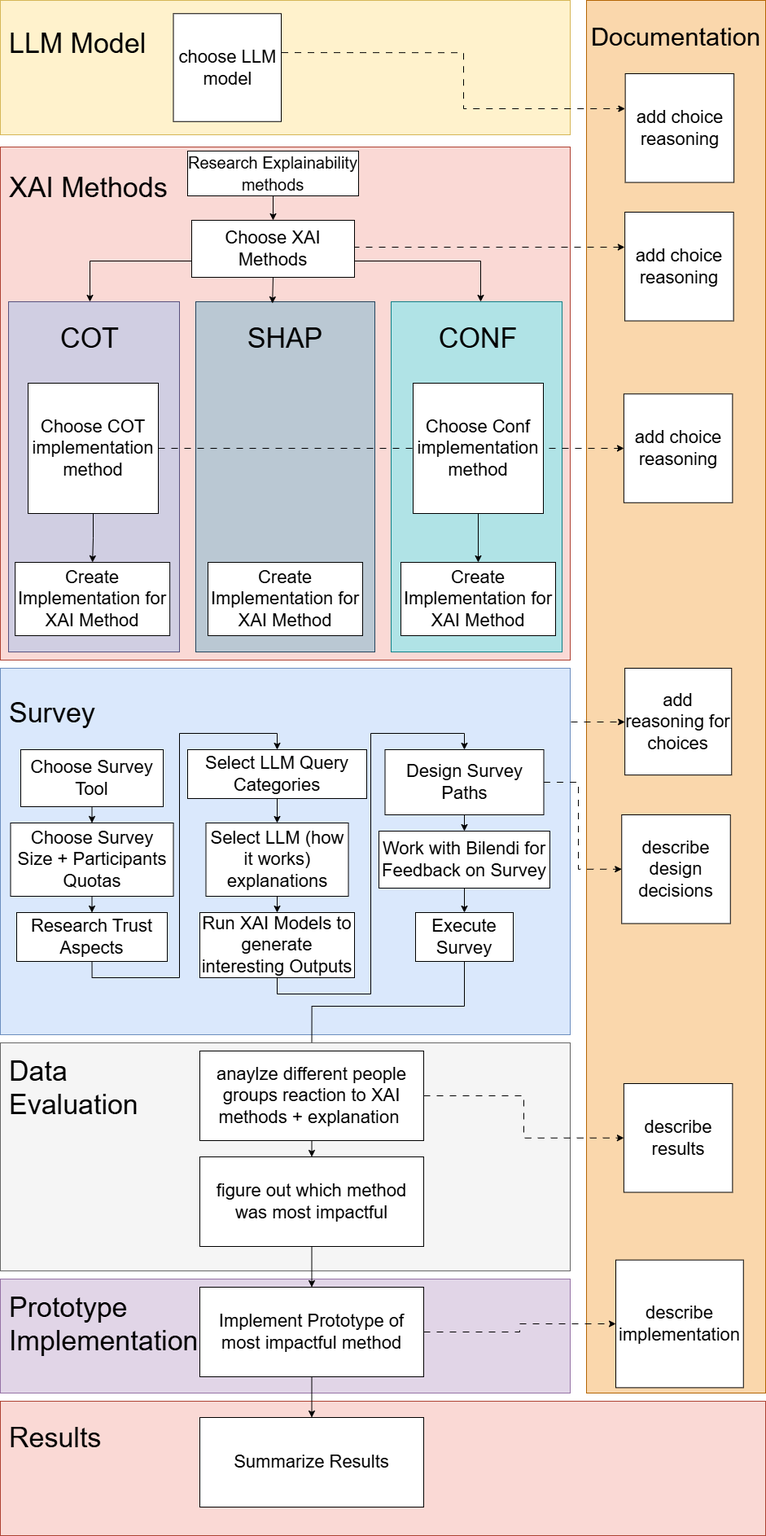
Before: diagrams/BA_methods.drawio.png, a diagram exported from draw.io (rieselin/BA_XAI_for_LLMs). Source tidied: cells renumbered, new cells last; positions are measured from the earlier drawing's top-left corner, leaving out a move shared by most shapes.
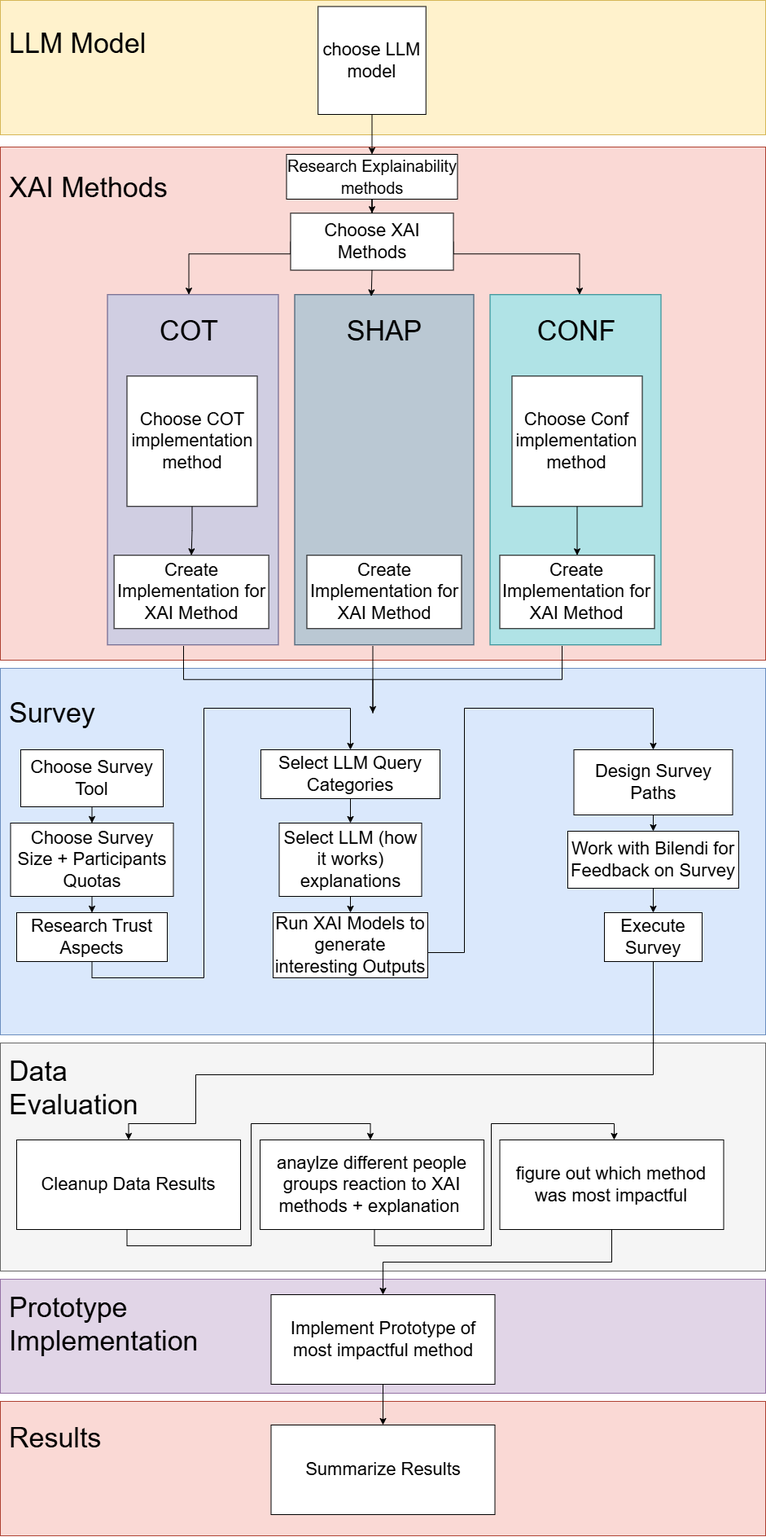
The same file after the commit.

Diff of the diagram source:
```diff
@@ -5,3 +5,3 @@
     <mxCell id="2" style="rounded=0;whiteSpace=wrap;html=1;fillColor=#fad9d5;strokeColor=#ae4132;" parent="1" vertex="1">
-      <mxGeometry y="180" width="700" height="630" as="geometry" />
+      <mxGeometry y="180" width="940" height="630" as="geometry" />
     </mxCell>
@@ -11,20 +11,10 @@
     <mxCell id="4" style="rounded=0;whiteSpace=wrap;html=1;fillColor=#bac8d3;strokeColor=#23445d;" parent="1" vertex="1">
-      <mxGeometry x="240" y="370" width="220" height="430" as="geometry" />
+      <mxGeometry x="361.5" y="361.2" width="220" height="430" as="geometry" />
     </mxCell>
     <mxCell id="5" style="rounded=0;whiteSpace=wrap;html=1;fillColor=#b0e3e6;strokeColor=#0e8088;" parent="1" vertex="1">
-      <mxGeometry x="480" y="370" width="210" height="430" as="geometry" />
+      <mxGeometry x="601.5" y="361.2" width="210" height="430" as="geometry" />
     </mxCell>
-    <mxCell id="6" style="rounded=0;whiteSpace=wrap;html=1;fillColor=#fad7ac;strokeColor=#b46504;" parent="1" vertex="1">
-      <mxGeometry x="720" width="220" height="1710" as="geometry" />
-    </mxCell>
     <mxCell id="7" style="rounded=0;whiteSpace=wrap;html=1;fillColor=#d0cee2;strokeColor=#56517e;" parent="1" vertex="1">
-      <mxGeometry x="10" y="370" width="210" height="430" as="geometry" />
+      <mxGeometry x="131.5" y="361.2" width="210" height="430" as="geometry" />
     </mxCell>
-    <mxCell id="8" style="edgeStyle=orthogonalEdgeStyle;rounded=0;jettySize=auto;html=1;exitX=1;exitY=0.5;exitDx=0;exitDy=0;entryX=0;entryY=0.5;entryDx=0;entryDy=0;dashed=1;dashPattern=8 8;" parent="1" edge="1" source="10" target="11">
-      <mxGeometry relative="1" as="geometry">
-        <Array as="points">
-          <mxPoint x="766" y="550" />
-        </Array>
-      </mxGeometry>
-    </mxCell>
     <mxCell id="9" style="edgeStyle=orthogonalEdgeStyle;rounded=0;jettySize=auto;html=1;exitX=0.5;exitY=1;exitDx=0;exitDy=0;entryX=0.5;entryY=0;entryDx=0;entryDy=0;" parent="1" edge="1" source="10" target="35">
@@ -33,18 +23,12 @@
     <mxCell id="10" value="Choose COT implementation method" style="whiteSpace=wrap;html=1;fontSize=22;" parent="1" vertex="1">
-      <mxGeometry x="34" y="470" width="160" height="160" as="geometry" />
+      <mxGeometry x="155.5" y="461.2" width="160" height="160" as="geometry" />
     </mxCell>
-    <mxCell id="11" value="add choice reasoning" style="whiteSpace=wrap;html=1;fontSize=22;" parent="1" vertex="1">
-      <mxGeometry x="765.9" y="483.2" width="133.5" height="133.5" as="geometry" />
-    </mxCell>
-    <mxCell id="12" value="&lt;font style=&quot;font-size: 31px;&quot;&gt;Documentation&lt;/font&gt;" style="text;html=1;whiteSpace=wrap;strokeColor=none;fillColor=none;align=center;verticalAlign=middle;rounded=0;" parent="1" vertex="1">
-      <mxGeometry x="720" width="220" height="90" as="geometry" />
-    </mxCell>
     <mxCell id="13" value="&lt;span style=&quot;font-size: 34px;&quot;&gt;CONF&lt;/span&gt;" style="text;html=1;whiteSpace=wrap;strokeColor=none;fillColor=none;align=center;verticalAlign=middle;rounded=0;" parent="1" vertex="1">
-      <mxGeometry x="477" y="370" width="220" height="90" as="geometry" />
+      <mxGeometry x="598.5" y="361.2" width="220" height="90" as="geometry" />
     </mxCell>
     <mxCell id="14" value="&lt;font style=&quot;font-size: 34px;&quot;&gt;SHAP&lt;/font&gt;" style="text;html=1;whiteSpace=wrap;strokeColor=none;fillColor=none;align=center;verticalAlign=middle;rounded=0;" parent="1" vertex="1">
-      <mxGeometry x="240" y="370" width="220" height="90" as="geometry" />
+      <mxGeometry x="361.5" y="361.2" width="220" height="90" as="geometry" />
     </mxCell>
     <mxCell id="15" value="&lt;span style=&quot;font-size: 34px;&quot;&gt;COT&lt;/span&gt;" style="text;html=1;whiteSpace=wrap;strokeColor=none;fillColor=none;align=center;verticalAlign=middle;rounded=0;" parent="1" vertex="1">
-      <mxGeometry y="370" width="220" height="90" as="geometry" />
+      <mxGeometry x="121.5" y="361.2" width="220" height="90" as="geometry" />
     </mxCell>
@@ -53,12 +37,2 @@
     </mxCell>
-    <mxCell id="17" style="edgeStyle=orthogonalEdgeStyle;rounded=0;jettySize=auto;html=1;exitX=1;exitY=0.5;exitDx=0;exitDy=0;entryX=-0.002;entryY=0.322;entryDx=0;entryDy=0;dashed=1;dashPattern=8 8;entryPerimeter=0;" parent="1" edge="1" source="29" target="18">
-      <mxGeometry relative="1" as="geometry">
-        <Array as="points">
-          <mxPoint x="435" y="303" />
-        </Array>
-      </mxGeometry>
-    </mxCell>
-    <mxCell id="18" value="add choice reasoning" style="whiteSpace=wrap;html=1;fontSize=22;" parent="1" vertex="1">
-      <mxGeometry x="767.1" y="260" width="133.5" height="133.5" as="geometry" />
-    </mxCell>
     <mxCell id="19" value="&lt;span style=&quot;font-size: 34px;&quot;&gt;Results&lt;/span&gt;" style="text;html=1;whiteSpace=wrap;strokeColor=none;fillColor=none;align=left;verticalAlign=middle;rounded=0;" parent="1" vertex="1">
@@ -67,3 +41,3 @@
     <mxCell id="20" style="rounded=0;whiteSpace=wrap;html=1;fillColor=#fff2cc;strokeColor=#d6b656;" parent="1" vertex="1">
-      <mxGeometry width="700" height="165" as="geometry" />
+      <mxGeometry width="940" height="165" as="geometry" />
     </mxCell>
@@ -72,16 +46,8 @@
     </mxCell>
+    <mxCell id="75" style="edgeStyle=orthogonalEdgeStyle;rounded=0;jettySize=auto;html=1;exitX=0.5;exitY=1;exitDx=0;exitDy=0;entryX=0.5;entryY=0;entryDx=0;entryDy=0;" parent="1" edge="1" source="22" target="26">
+      <mxGeometry relative="1" as="geometry" />
+    </mxCell>
     <mxCell id="22" value="choose LLM model" style="whiteSpace=wrap;html=1;fontSize=22;imageAspect=0;" parent="1" vertex="1">
-      <mxGeometry x="212.5" y="16.2" width="132.5" height="132.5" as="geometry" />
+      <mxGeometry x="390.2" y="7.5" width="132.5" height="132.5" as="geometry" />
     </mxCell>
-    <mxCell id="23" style="edgeStyle=orthogonalEdgeStyle;rounded=0;jettySize=auto;html=1;exitX=1.004;exitY=0.361;exitDx=0;exitDy=0;entryX=-0.002;entryY=0.322;entryDx=0;entryDy=0;dashed=1;dashPattern=8 8;entryPerimeter=0;exitPerimeter=0;" parent="1" edge="1" source="22" target="24">
-      <mxGeometry relative="1" as="geometry">
-        <Array as="points">
-          <mxPoint x="569" y="64" />
-          <mxPoint x="569" y="133" />
-        </Array>
-      </mxGeometry>
-    </mxCell>
-    <mxCell id="24" value="add choice reasoning" style="whiteSpace=wrap;html=1;fontSize=22;" parent="1" vertex="1">
-      <mxGeometry x="767.6" y="90" width="133.5" height="133.5" as="geometry" />
-    </mxCell>
     <mxCell id="25" style="edgeStyle=orthogonalEdgeStyle;rounded=0;jettySize=auto;html=1;" parent="1" edge="1" source="26" target="29">
@@ -90,3 +56,3 @@
     <mxCell id="26" value="&lt;font style=&quot;font-size: 20px;&quot;&gt;Research Explainability methods&lt;/font&gt;" style="rounded=0;whiteSpace=wrap;html=1;fontSize=22;" parent="1" vertex="1">
-      <mxGeometry x="230" y="185" width="210" height="55" as="geometry" />
+      <mxGeometry x="351.5" y="189" width="210" height="55" as="geometry" />
     </mxCell>
@@ -95,4 +61,4 @@
         <Array as="points">
-          <mxPoint x="235" y="320" />
-          <mxPoint x="110" y="320" />
+          <mxPoint x="356.5" y="311.2" />
+          <mxPoint x="231.5" y="311.2" />
         </Array>
@@ -103,4 +69,4 @@
         <Array as="points">
-          <mxPoint x="435" y="320" />
-          <mxPoint x="590" y="320" />
+          <mxPoint x="556.5" y="311.2" />
+          <mxPoint x="711.5" y="311.2" />
         </Array>
@@ -109,3 +75,3 @@
     <mxCell id="29" value="Choose XAI Methods" style="rounded=0;whiteSpace=wrap;html=1;fontSize=22;" parent="1" vertex="1">
-      <mxGeometry x="235" y="270" width="200" height="70" as="geometry" />
+      <mxGeometry x="356.5" y="261.2" width="200" height="70" as="geometry" />
     </mxCell>
@@ -115,3 +81,3 @@
     <mxCell id="31" value="Choose Conf implementation method" style="whiteSpace=wrap;html=1;fontSize=22;" parent="1" vertex="1">
-      <mxGeometry x="507" y="470" width="160" height="160" as="geometry" />
+      <mxGeometry x="628.5" y="461.2" width="160" height="160" as="geometry" />
     </mxCell>
@@ -121,19 +87,12 @@
     <mxCell id="33" value="&lt;font style=&quot;font-size: 22px;&quot;&gt;Create Implementation for XAI Method&lt;/font&gt;" style="rounded=0;whiteSpace=wrap;html=1;" parent="1" vertex="1">
-      <mxGeometry x="255" y="690" width="190" height="90" as="geometry" />
+      <mxGeometry x="376.5" y="681.2" width="190" height="90" as="geometry" />
     </mxCell>
     <mxCell id="34" value="&lt;font style=&quot;font-size: 22px;&quot;&gt;Create Implementation for XAI Method&lt;/font&gt;" style="rounded=0;whiteSpace=wrap;html=1;" parent="1" vertex="1">
-      <mxGeometry x="492" y="690" width="190" height="90" as="geometry" />
+      <mxGeometry x="613.5" y="681.2" width="190" height="90" as="geometry" />
     </mxCell>
     <mxCell id="35" value="&lt;font style=&quot;font-size: 22px;&quot;&gt;Create Implementation for XAI Method&lt;/font&gt;" style="rounded=0;whiteSpace=wrap;html=1;" parent="1" vertex="1">
-      <mxGeometry x="18.1" y="690" width="190" height="90" as="geometry" />
+      <mxGeometry x="139.6" y="681.2" width="190" height="90" as="geometry" />
     </mxCell>
-    <mxCell id="36" style="edgeStyle=orthogonalEdgeStyle;rounded=0;jettySize=auto;html=1;exitX=1;exitY=0.5;exitDx=0;exitDy=0;dashed=1;dashPattern=8 8;" parent="1" edge="1" source="37" target="71">
-      <mxGeometry relative="1" as="geometry">
-        <Array as="points">
-          <mxPoint x="700" y="886" />
-        </Array>
-      </mxGeometry>
-    </mxCell>
     <mxCell id="37" style="rounded=0;whiteSpace=wrap;html=1;fillColor=#dae8fc;strokeColor=#6c8ebf;" parent="1" vertex="1">
-      <mxGeometry y="820" width="700" height="450" as="geometry" />
+      <mxGeometry y="820" width="940" height="450" as="geometry" />
     </mxCell>
@@ -158,5 +117,5 @@
           <mxPoint x="113" y="1200" />
-          <mxPoint x="220" y="1200" />
-          <mxPoint x="220" y="900" />
-          <mxPoint x="340" y="900" />
+          <mxPoint x="250" y="1200" />
+          <mxPoint x="250" y="869" />
+          <mxPoint x="430" y="869" />
         </Array>
@@ -170,6 +129,6 @@
         <Array as="points">
-          <mxPoint x="340" y="1220" />
-          <mxPoint x="455" y="1220" />
-          <mxPoint x="455" y="900" />
-          <mxPoint x="570" y="900" />
+          <mxPoint x="430" y="1169" />
+          <mxPoint x="570" y="1169" />
+          <mxPoint x="570" y="869" />
+          <mxPoint x="802" y="869" />
         </Array>
@@ -178,3 +137,3 @@
     <mxCell id="46" value="Run XAI Models to generate interesting Outputs" style="rounded=0;whiteSpace=wrap;html=1;fontSize=22;" parent="1" vertex="1">
-      <mxGeometry x="245" y="1120" width="190" height="80" as="geometry" />
+      <mxGeometry x="335" y="1120" width="190" height="80" as="geometry" />
     </mxCell>
@@ -184,3 +143,3 @@
     <mxCell id="48" value="Select LLM Query Categories" style="rounded=0;whiteSpace=wrap;html=1;fontSize=22;" parent="1" vertex="1">
-      <mxGeometry x="230" y="920" width="220" height="60" as="geometry" />
+      <mxGeometry x="320" y="920" width="220" height="60" as="geometry" />
     </mxCell>
@@ -189,12 +148,4 @@
     </mxCell>
-    <mxCell id="50" style="edgeStyle=orthogonalEdgeStyle;rounded=0;jettySize=auto;html=1;exitX=1;exitY=0.5;exitDx=0;exitDy=0;entryX=0;entryY=0.5;entryDx=0;entryDy=0;dashed=1;dashPattern=8 8;" parent="1" edge="1" source="51" target="72">
-      <mxGeometry relative="1" as="geometry">
-        <Array as="points">
-          <mxPoint x="710" y="960" />
-          <mxPoint x="710" y="1067" />
-        </Array>
-      </mxGeometry>
-    </mxCell>
     <mxCell id="51" value="Design Survey Paths" style="rounded=0;whiteSpace=wrap;html=1;fontSize=22;" parent="1" vertex="1">
-      <mxGeometry x="472.5" y="920" width="195" height="80" as="geometry" />
+      <mxGeometry x="704.5" y="920" width="195" height="80" as="geometry" />
     </mxCell>
@@ -204,3 +155,3 @@
     <mxCell id="53" value="Work with Bilendi for Feedback on Survey" style="rounded=0;whiteSpace=wrap;html=1;fontSize=22;" parent="1" vertex="1">
-      <mxGeometry x="465" y="1020" width="210" height="70" as="geometry" />
+      <mxGeometry x="697" y="1020" width="210" height="70" as="geometry" />
     </mxCell>
@@ -210,12 +161,9 @@
     <mxCell id="55" value="Select LLM (how it works) explanations" style="rounded=0;whiteSpace=wrap;html=1;fontSize=22;" parent="1" vertex="1">
-      <mxGeometry x="252.5" y="1010" width="175" height="90" as="geometry" />
+      <mxGeometry x="342.5" y="1010" width="175" height="90" as="geometry" />
     </mxCell>
-    <mxCell id="56" style="edgeStyle=orthogonalEdgeStyle;rounded=0;jettySize=auto;html=1;exitX=0.5;exitY=1;exitDx=0;exitDy=0;entryX=0.5;entryY=0;entryDx=0;entryDy=0;" parent="1" edge="1" source="57" target="64">
-      <mxGeometry relative="1" as="geometry" />
-    </mxCell>
     <mxCell id="57" value="Execute Survey" style="rounded=0;whiteSpace=wrap;html=1;fontSize=22;" parent="1" vertex="1">
-      <mxGeometry x="510" y="1120" width="120" height="60" as="geometry" />
+      <mxGeometry x="742" y="1120" width="120" height="60" as="geometry" />
     </mxCell>
     <mxCell id="58" style="rounded=0;whiteSpace=wrap;html=1;fillColor=#f5f5f5;strokeColor=#666666;fontColor=#333333;" parent="1" vertex="1">
-      <mxGeometry y="1280" width="700" height="280" as="geometry" />
+      <mxGeometry y="1280" width="940" height="280" as="geometry" />
     </mxCell>
@@ -225,3 +173,3 @@
     <mxCell id="60" style="rounded=0;whiteSpace=wrap;html=1;fillColor=#e1d5e7;strokeColor=#9673a6;" parent="1" vertex="1">
-      <mxGeometry y="1570" width="700" height="140" as="geometry" />
+      <mxGeometry y="1570" width="940" height="140" as="geometry" />
     </mxCell>
@@ -230,10 +178,26 @@
     </mxCell>
+    <mxCell id="56" style="edgeStyle=orthogonalEdgeStyle;rounded=0;jettySize=auto;html=1;exitX=0.5;exitY=1;exitDx=0;exitDy=0;entryX=0.5;entryY=0;entryDx=0;entryDy=0;" parent="1" edge="1" source="57" target="77">
+      <mxGeometry relative="1" as="geometry">
+        <Array as="points">
+          <mxPoint x="802" y="1319" />
+          <mxPoint x="240" y="1319" />
+          <mxPoint x="240" y="1379" />
+          <mxPoint x="158" y="1379" />
+        </Array>
+      </mxGeometry>
+    </mxCell>
-    <mxCell id="62" style="edgeStyle=orthogonalEdgeStyle;rounded=0;jettySize=auto;html=1;exitX=0.5;exitY=1;exitDx=0;exitDy=0;entryX=0.5;entryY=0;entryDx=0;entryDy=0;" parent="1" edge="1" source="64" target="66">
-      <mxGeometry relative="1" as="geometry" />
+    <mxCell id="62" style="edgeStyle=orthogonalEdgeStyle;rounded=0;orthogonalLoop=1;jettySize=auto;html=1;exitX=0.5;exitY=1;exitDx=0;exitDy=0;entryX=0.5;entryY=0;entryDx=0;entryDy=0;" parent="1" edge="1">
+      <mxGeometry relative="1" as="geometry">
+        <mxPoint x="459.5" y="1509" as="sourcePoint" />
+        <mxPoint x="754" y="1399" as="targetPoint" />
+        <Array as="points">
+          <mxPoint x="460" y="1529" />
+          <mxPoint x="603" y="1529" />
+          <mxPoint x="603" y="1379" />
+          <mxPoint x="754" y="1379" />
+        </Array>
+      </mxGeometry>
     </mxCell>
-    <mxCell id="63" style="edgeStyle=orthogonalEdgeStyle;rounded=0;jettySize=auto;html=1;exitX=1;exitY=0.5;exitDx=0;exitDy=0;entryX=0;entryY=0.5;entryDx=0;entryDy=0;dashed=1;dashPattern=8 8;" parent="1" edge="1" source="64" target="73">
-      <mxGeometry relative="1" as="geometry" />
-    </mxCell>
     <mxCell id="64" value="&lt;font style=&quot;font-size: 22px;&quot;&gt;anaylze different people groups reaction to XAI methods + explanation&amp;nbsp;&lt;/font&gt;" style="rounded=0;whiteSpace=wrap;html=1;" parent="1" vertex="1">
-      <mxGeometry x="245" y="1290" width="275" height="110" as="geometry" />
+      <mxGeometry x="319" y="1399" width="275" height="110" as="geometry" />
     </mxCell>
@@ -243,3 +207,3 @@
     <mxCell id="66" value="&lt;font style=&quot;font-size: 22px;&quot;&gt;figure out which method was most impactful&lt;/font&gt;" style="rounded=0;whiteSpace=wrap;html=1;" parent="1" vertex="1">
-      <mxGeometry x="245" y="1420" width="275" height="110" as="geometry" />
+      <mxGeometry x="613.5" y="1399" width="275" height="110" as="geometry" />
     </mxCell>
@@ -248,23 +212,29 @@
     </mxCell>
-    <mxCell id="68" style="edgeStyle=orthogonalEdgeStyle;rounded=0;jettySize=auto;html=1;exitX=1;exitY=0.5;exitDx=0;exitDy=0;entryX=0;entryY=0.5;entryDx=0;entryDy=0;dashed=1;dashPattern=8 8;" parent="1" edge="1" source="69" target="74">
-      <mxGeometry relative="1" as="geometry" />
-    </mxCell>
     <mxCell id="69" value="&lt;font style=&quot;font-size: 22px;&quot;&gt;Implement Prototype of most impactful method&lt;/font&gt;" style="rounded=0;whiteSpace=wrap;html=1;" parent="1" vertex="1">
-      <mxGeometry x="245" y="1580" width="275" height="110" as="geometry" />
+      <mxGeometry x="332.5" y="1589" width="275" height="110" as="geometry" />
     </mxCell>
     <mxCell id="70" value="&lt;font style=&quot;font-size: 22px;&quot;&gt;Summarize Results&lt;/font&gt;" style="rounded=0;whiteSpace=wrap;html=1;" parent="1" vertex="1">
-      <mxGeometry x="245" y="1740" width="275" height="110" as="geometry" />
+      <mxGeometry x="332.5" y="1749" width="275" height="110" as="geometry" />
     </mxCell>
-    <mxCell id="71" value="add reasoning for choices" style="whiteSpace=wrap;html=1;fontSize=22;" parent="1" vertex="1">
-      <mxGeometry x="767.1" y="820" width="131.1" height="131.1" as="geometry" />
-    </mxCell>
-    <mxCell id="72" value="describe design decisions" style="whiteSpace=wrap;html=1;fontSize=22;" parent="1" vertex="1">
-      <mxGeometry x="763.2" y="1000" width="133.5" height="133.5" as="geometry" />
-    </mxCell>
-    <mxCell id="73" value="describe results" style="whiteSpace=wrap;html=1;fontSize=22;" parent="1" vertex="1">
-      <mxGeometry x="765.9" y="1330" width="133.5" height="133.5" as="geometry" />
-    </mxCell>
-    <mxCell id="74" value="describe implementation" style="whiteSpace=wrap;html=1;fontSize=22;" parent="1" vertex="1">
-      <mxGeometry x="756" y="1546.6" width="156.8" height="156.8" as="geometry" />
-    </mxCell>
+    <mxCell id="76" style="edgeStyle=orthogonalEdgeStyle;rounded=0;orthogonalLoop=1;jettySize=auto;html=1;exitX=0.5;exitY=1;exitDx=0;exitDy=0;entryX=0.5;entryY=0;entryDx=0;entryDy=0;" parent="1" edge="1">
+      <mxGeometry relative="1" as="geometry">
+        <mxPoint x="155.5" y="1509" as="sourcePoint" />
+        <mxPoint x="454.5" y="1399" as="targetPoint" />
+        <Array as="points">
+          <mxPoint x="156" y="1529" />
+          <mxPoint x="308" y="1529" />
+          <mxPoint x="308" y="1379" />
+          <mxPoint x="455" y="1379" />
+        </Array>
+      </mxGeometry>
+    </mxCell>
+    <mxCell id="77" value="&lt;font style=&quot;font-size: 22px;&quot;&gt;Cleanup Data Results&lt;/font&gt;" style="rounded=0;whiteSpace=wrap;html=1;" parent="1" vertex="1">
+      <mxGeometry x="20" y="1399" width="275" height="110" as="geometry" />
+    </mxCell>
+    <mxCell id="78" style="strokeWidth=1;html=1;shape=mxgraph.flowchart.annotation_2;align=left;labelPosition=right;rotation=-90;fontSize=9;" parent="1" vertex="1">
+      <mxGeometry x="416.2" y="601.2" width="82.5" height="465" as="geometry" />
+    </mxCell>
+    <mxCell id="79" style="endArrow=none;html=1;rounded=0;entryX=1;entryY=0.5;entryDx=0;entryDy=0;entryPerimeter=0;exitX=0;exitY=0.5;exitDx=0;exitDy=0;exitPerimeter=0;endFill=0;startArrow=classic;startFill=1;" parent="1" edge="1" source="78" target="78">
+      <mxGeometry relative="1" as="geometry" />
+    </mxCell>
   </root>
```
